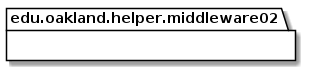
Earlier version of the PlantUML export docs/uml-class-diagrams/middleware02/helper/Middleware02HelperPackage_InternalDependencies.png (elilley15/csi-3370-software-project).
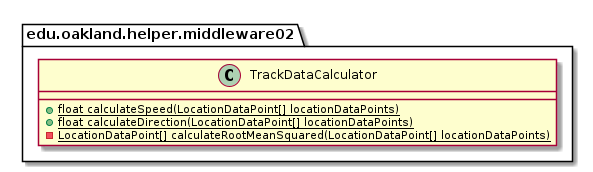
The same diagram one commit later.

What changed in the source:
```diff
@@ -4,4 +4,14 @@
 
 }
 
+
+package edu.oakland.helper.middleware02 {
+    class TrackDataCalculator {
+        {static} + float calculateSpeed(LocationDataPoint[] locationDataPoints)
+        {static} + float calculateDirection(LocationDataPoint[] locationDataPoints)
+        {static} - LocationDataPoint[] calculateRootMeanSquared(LocationDataPoint[] locationDataPoints)
+    }
+}
+
+
 @enduml
```
